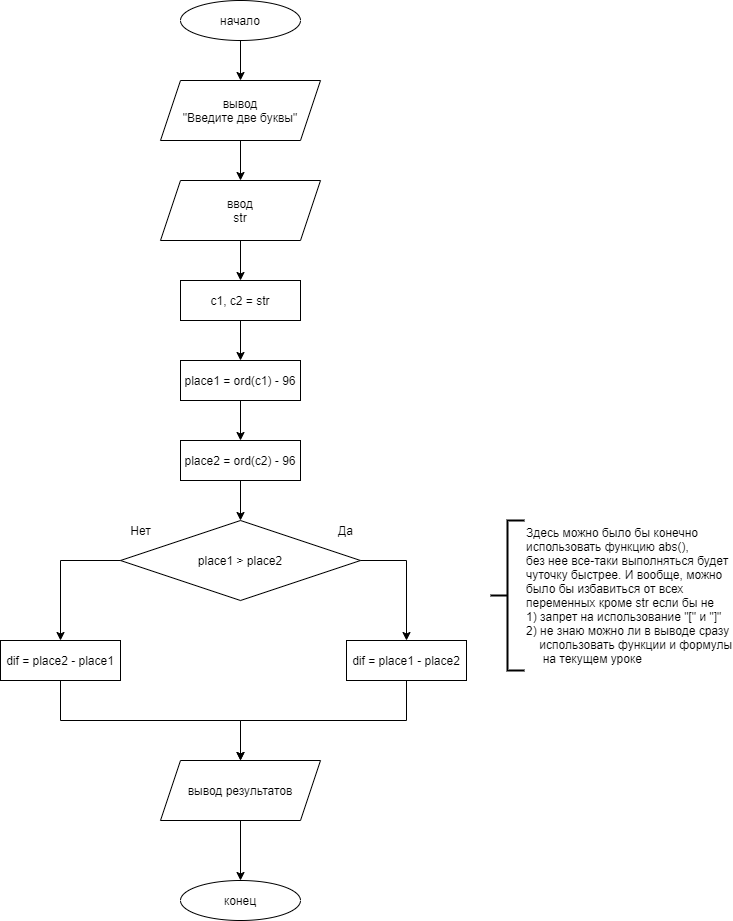
Earlier version of the draw.io export homeworks/task_3.png (sgb128/python_SVKachkalda). Source tidied: cells renumbered, new cells last; positions are measured from the earlier drawing's top-left corner, leaving out a move shared by most shapes. Its diagram source:
```xml
<mxGraphModel>
  <root>
    <mxCell id="0" />
    <mxCell id="1" parent="0" />
    <mxCell id="2" style="edgeStyle=orthogonalEdgeStyle;rounded=0;jettySize=auto;html=1;exitX=0.5;exitY=1;exitDx=0;exitDy=0;entryX=0.5;entryY=0;entryDx=0;entryDy=0;" parent="1" edge="1" source="3" target="5">
      <mxGeometry relative="1" as="geometry" />
    </mxCell>
    <mxCell id="3" value="начало" style="ellipse;whiteSpace=wrap;html=1;" parent="1" vertex="1">
      <mxGeometry x="180" width="120" height="40" as="geometry" />
    </mxCell>
    <mxCell id="4" style="edgeStyle=orthogonalEdgeStyle;rounded=0;jettySize=auto;html=1;" parent="1" edge="1" source="5" target="7">
      <mxGeometry relative="1" as="geometry" />
    </mxCell>
    <mxCell id="5" value="вывод&lt;br&gt;&quot;Введите две буквы&quot;" style="shape=parallelogram;perimeter=parallelogramPerimeter;whiteSpace=wrap;html=1;fixedSize=1;" parent="1" vertex="1">
      <mxGeometry x="160" y="80" width="160" height="60" as="geometry" />
    </mxCell>
    <mxCell id="6" style="edgeStyle=orthogonalEdgeStyle;rounded=0;jettySize=auto;html=1;" parent="1" edge="1" source="7" target="9">
      <mxGeometry relative="1" as="geometry" />
    </mxCell>
    <mxCell id="7" value="ввод&lt;br&gt;str" style="shape=parallelogram;perimeter=parallelogramPerimeter;whiteSpace=wrap;html=1;fixedSize=1;" parent="1" vertex="1">
      <mxGeometry x="160" y="180" width="160" height="60" as="geometry" />
    </mxCell>
    <mxCell id="8" style="edgeStyle=orthogonalEdgeStyle;rounded=0;jettySize=auto;html=1;" parent="1" edge="1" source="9" target="11">
      <mxGeometry relative="1" as="geometry" />
    </mxCell>
    <mxCell id="9" value="c1, c2 = str" style="rounded=0;whiteSpace=wrap;html=1;" parent="1" vertex="1">
      <mxGeometry x="180" y="280" width="120" height="40" as="geometry" />
    </mxCell>
    <mxCell id="10" style="edgeStyle=orthogonalEdgeStyle;rounded=0;jettySize=auto;html=1;" parent="1" edge="1" source="11" target="13">
      <mxGeometry relative="1" as="geometry" />
    </mxCell>
    <mxCell id="11" value="place1 = ord(c1) - 96" style="rounded=0;whiteSpace=wrap;html=1;" parent="1" vertex="1">
      <mxGeometry x="180" y="360" width="120" height="40" as="geometry" />
    </mxCell>
    <mxCell id="12" style="edgeStyle=orthogonalEdgeStyle;rounded=0;jettySize=auto;html=1;exitX=0.5;exitY=1;exitDx=0;exitDy=0;entryX=0.5;entryY=0;entryDx=0;entryDy=0;" parent="1" edge="1" source="13" target="15">
      <mxGeometry relative="1" as="geometry" />
    </mxCell>
    <mxCell id="13" value="place2 = ord(c2) - 96" style="rounded=0;whiteSpace=wrap;html=1;" parent="1" vertex="1">
      <mxGeometry x="180" y="440" width="120" height="40" as="geometry" />
    </mxCell>
    <mxCell id="14" style="group;" parent="1" vertex="1">
      <mxGeometry x="120" y="520" width="240" height="80" as="geometry" />
    </mxCell>
    <mxCell id="15" value="place1 &amp;gt; place2" style="rhombus;whiteSpace=wrap;html=1;" parent="14" vertex="1">
      <mxGeometry width="240" height="80" as="geometry" />
    </mxCell>
    <mxCell id="16" value="Нет" style="text;html=1;align=center;verticalAlign=middle;" parent="14" vertex="1">
      <mxGeometry width="40" height="20" as="geometry" />
    </mxCell>
    <mxCell id="17" value="Да" style="text;html=1;align=center;verticalAlign=middle;" parent="14" vertex="1">
      <mxGeometry x="210" width="30" height="20" as="geometry" />
    </mxCell>
    <mxCell id="18" style="edgeStyle=orthogonalEdgeStyle;rounded=0;jettySize=auto;html=1;exitX=0.5;exitY=1;exitDx=0;exitDy=0;" parent="1" edge="1" source="19" target="23">
      <mxGeometry relative="1" as="geometry" />
    </mxCell>
    <mxCell id="19" value="dif = place1 - place2" style="rounded=0;whiteSpace=wrap;html=1;" parent="1" vertex="1">
      <mxGeometry x="346" y="640" width="120" height="40" as="geometry" />
    </mxCell>
    <mxCell id="20" style="edgeStyle=orthogonalEdgeStyle;rounded=0;jettySize=auto;html=1;exitX=0.5;exitY=1;exitDx=0;exitDy=0;entryX=0.5;entryY=0;entryDx=0;entryDy=0;" parent="1" edge="1" source="21" target="23">
      <mxGeometry relative="1" as="geometry" />
    </mxCell>
    <mxCell id="21" value="dif = place2 - place1" style="rounded=0;whiteSpace=wrap;html=1;" parent="1" vertex="1">
      <mxGeometry y="640" width="120" height="40" as="geometry" />
    </mxCell>
    <mxCell id="22" style="edgeStyle=orthogonalEdgeStyle;rounded=0;jettySize=auto;html=1;" parent="1" edge="1" source="23" target="24">
      <mxGeometry relative="1" as="geometry" />
    </mxCell>
    <mxCell id="23" value="вывод результатов" style="shape=parallelogram;perimeter=parallelogramPerimeter;whiteSpace=wrap;html=1;fixedSize=1;" parent="1" vertex="1">
      <mxGeometry x="160" y="760" width="160" height="60" as="geometry" />
    </mxCell>
    <mxCell id="24" value="конец" style="ellipse;whiteSpace=wrap;html=1;" parent="1" vertex="1">
      <mxGeometry x="180" y="880" width="120" height="40" as="geometry" />
    </mxCell>
    <mxCell id="25" style="edgeStyle=orthogonalEdgeStyle;rounded=0;jettySize=auto;html=1;exitX=1;exitY=0.5;exitDx=0;exitDy=0;entryX=0.5;entryY=0;entryDx=0;entryDy=0;" parent="1" edge="1" source="15" target="19">
      <mxGeometry relative="1" as="geometry" />
    </mxCell>
    <mxCell id="26" style="edgeStyle=orthogonalEdgeStyle;rounded=0;jettySize=auto;html=1;exitX=0;exitY=0.5;exitDx=0;exitDy=0;entryX=0.5;entryY=0;entryDx=0;entryDy=0;" parent="1" edge="1" source="15" target="21">
      <mxGeometry relative="1" as="geometry" />
    </mxCell>
    <mxCell id="27" value="Здесь можно было бы конечно&lt;br&gt;использовать функцию abs(),&lt;br&gt;без нее все-таки выполняться будет&lt;br&gt;чуточку быстрее. И вообще, можно&lt;br&gt;было бы избавиться от всех&lt;br&gt;переменных кроме str если бы не&lt;br&gt;1) запрет на использование &quot;[&quot; и &quot;]&quot;&lt;br&gt;2) не знаю можно ли в выводе сразу&lt;br&gt;&amp;nbsp; &amp;nbsp; использовать функции и формулы&lt;br&gt;&amp;nbsp; &amp;nbsp; &amp;nbsp;на текущем уроке" style="strokeWidth=2;html=1;shape=mxgraph.flowchart.annotation_2;align=left;labelPosition=right;" parent="1" vertex="1">
      <mxGeometry x="490" y="520" width="34" height="150" as="geometry" />
    </mxCell>
  </root>
</mxGraphModel>
```
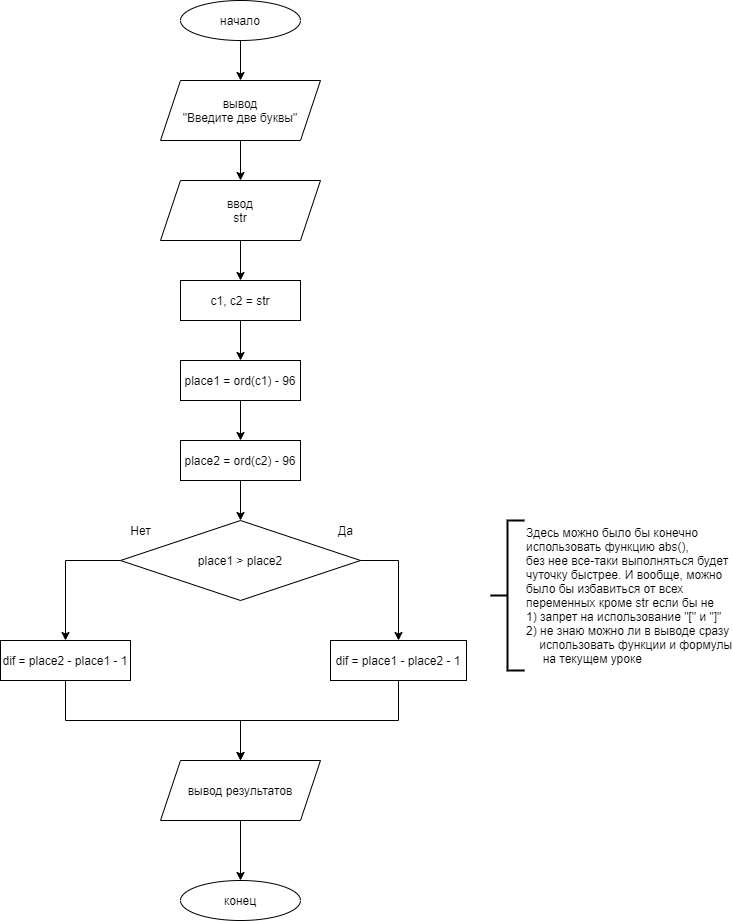
The same diagram one commit later.

Change to the diagram source:
```diff
@@ -53,14 +53,14 @@
     <mxCell id="18" style="edgeStyle=orthogonalEdgeStyle;rounded=0;jettySize=auto;html=1;exitX=0.5;exitY=1;exitDx=0;exitDy=0;" parent="1" edge="1" source="19" target="23">
       <mxGeometry relative="1" as="geometry" />
     </mxCell>
-    <mxCell id="19" value="dif = place1 - place2" style="rounded=0;whiteSpace=wrap;html=1;" parent="1" vertex="1">
-      <mxGeometry x="346" y="640" width="120" height="40" as="geometry" />
+    <mxCell id="19" value="dif = place1 - place2 - 1" style="rounded=0;whiteSpace=wrap;html=1;" parent="1" vertex="1">
+      <mxGeometry x="330" y="640" width="136" height="40" as="geometry" />
     </mxCell>
     <mxCell id="20" style="edgeStyle=orthogonalEdgeStyle;rounded=0;jettySize=auto;html=1;exitX=0.5;exitY=1;exitDx=0;exitDy=0;entryX=0.5;entryY=0;entryDx=0;entryDy=0;" parent="1" edge="1" source="21" target="23">
       <mxGeometry relative="1" as="geometry" />
     </mxCell>
-    <mxCell id="21" value="dif = place2 - place1" style="rounded=0;whiteSpace=wrap;html=1;" parent="1" vertex="1">
-      <mxGeometry y="640" width="120" height="40" as="geometry" />
+    <mxCell id="21" value="dif = place2 - place1 - 1" style="rounded=0;whiteSpace=wrap;html=1;" parent="1" vertex="1">
+      <mxGeometry y="640" width="130" height="40" as="geometry" />
     </mxCell>
     <mxCell id="22" style="edgeStyle=orthogonalEdgeStyle;rounded=0;jettySize=auto;html=1;" parent="1" edge="1" source="23" target="24">
       <mxGeometry relative="1" as="geometry" />
```
